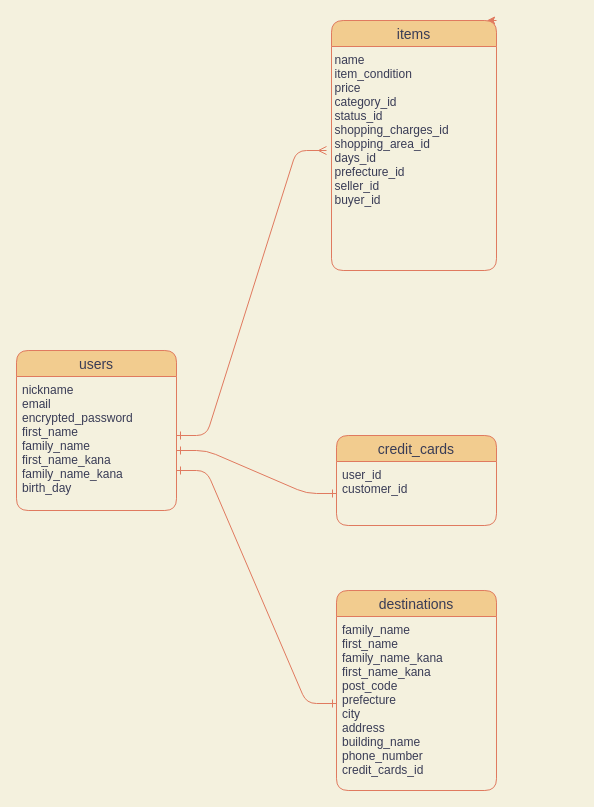
harukou81mmm/furima-36344 keeps this draw.io diagram as test.dio. Above is the earlier version. Source tidied: cells renumbered, new cells numbered last; positions are measured from the earlier drawing's top-left corner, leaving out a move shared by most shapes. Both pictures are drawn from the tidied source at 100%, with x=0, y=0 at pixel (16, 20).
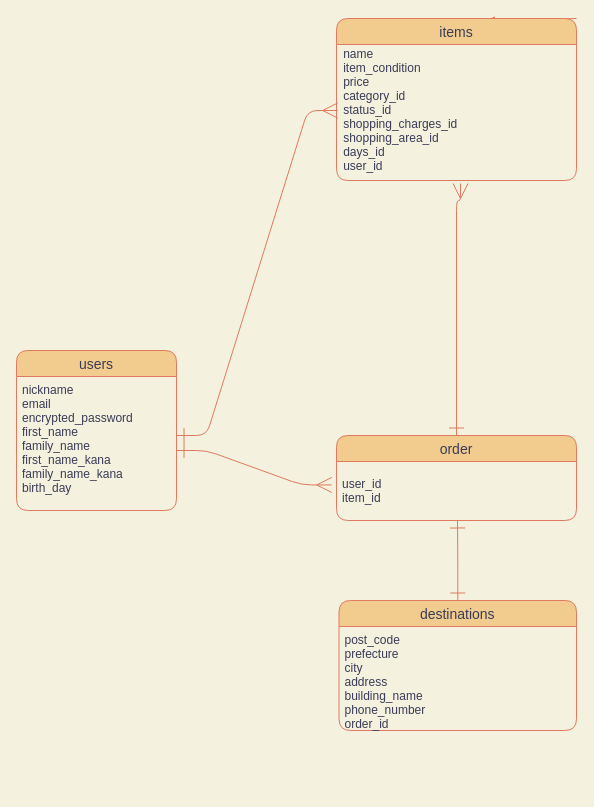
The same diagram, later.

Commit message (it also covers changes not shown here):
アソシエーション修正

What changed in the source:
```diff
@@
     <mxCell id="5" value="items" style="swimlane;fontStyle=0;horizontal=1;startSize=26;align=center;fontSize=14;rounded=1;fillColor=#F2CC8F;strokeColor=#E07A5F;fontColor=#393C56;" parent="1" vertex="1">
-      <mxGeometry x="315" width="165" height="250" as="geometry" />
+      <mxGeometry x="320" y="-2" width="240" height="162" as="geometry" />
     </mxCell>
+    <mxCell id="16" style="edgeStyle=orthogonalEdgeStyle;curved=0;rounded=1;sketch=0;jettySize=auto;html=1;fontColor=#393C56;startArrow=ERone;startFill=0;endArrow=ERmany;endFill=0;strokeColor=#E07A5F;fillColor=#F2CC8F;targetPerimeterSpacing=0;strokeWidth=1;startSize=13;endSize=13;" parent="1" edge="1" source="6">
+      <mxGeometry relative="1" as="geometry">
+        <mxPoint x="444" y="163" as="targetPoint" />
+        <Array as="points">
+          <mxPoint x="440" y="180" />
+          <mxPoint x="444" y="180" />
+        </Array>
+      </mxGeometry>
+    </mxCell>
-    <mxCell id="6" value="credit_cards" style="swimlane;fontStyle=0;horizontal=1;startSize=26;align=center;fontSize=14;rounded=1;fillColor=#F2CC8F;strokeColor=#E07A5F;fontColor=#393C56;" parent="1" vertex="1">
-      <mxGeometry x="320" y="415" width="160" height="90" as="geometry" />
+    <mxCell id="6" value="order" style="swimlane;fontStyle=0;horizontal=1;startSize=26;align=center;fontSize=14;rounded=1;fillColor=#F2CC8F;strokeColor=#E07A5F;fontColor=#393C56;" parent="1" vertex="1">
+      <mxGeometry x="320" y="415" width="240" height="85" as="geometry" />
     </mxCell>
-    <mxCell id="7" value="user_id&#10;customer_id" style="text;strokeColor=none;fillColor=none;spacingLeft=4;spacingRight=4;overflow=hidden;points=[[0,0.5],[1,0.5]];portConstraint=eastwest;fontSize=12;rounded=1;fontColor=#393C56;" parent="6" vertex="1">
-      <mxGeometry y="26" width="160" height="64" as="geometry" />
-    </mxCell>
+    <mxCell id="17" style="edgeStyle=orthogonalEdgeStyle;curved=0;rounded=1;sketch=0;jettySize=auto;html=1;fontColor=#393C56;startArrow=ERone;startFill=0;endArrow=ERone;endFill=0;startSize=13;endSize=13;targetPerimeterSpacing=0;strokeColor=#E07A5F;strokeWidth=1;fillColor=#F2CC8F;" parent="1" edge="1" source="8">
+      <mxGeometry relative="1" as="geometry">
+        <mxPoint x="441" y="500" as="targetPoint" />
+      </mxGeometry>
+    </mxCell>
     <mxCell id="8" value="destinations" style="swimlane;fontStyle=0;horizontal=1;startSize=26;align=center;fontSize=14;rounded=1;fillColor=#F2CC8F;strokeColor=#E07A5F;fontColor=#393C56;" parent="1" vertex="1">
-      <mxGeometry x="320" y="570" width="160" height="200" as="geometry" />
+      <mxGeometry x="322.5" y="580" width="237.5" height="130" as="geometry" />
     </mxCell>
-    <mxCell id="9" value="family_name&#10;first_name&#10;family_name_kana&#10;first_name_kana&#10;post_code&#10;prefecture&#10;city&#10;address&#10;building_name&#10;phone_number&#10;credit_cards_id&#10;&#10;&#10;&#10;&#10;&#10;" style="text;strokeColor=none;fillColor=none;spacingLeft=4;spacingRight=4;overflow=hidden;points=[[0,0.5],[1,0.5]];portConstraint=eastwest;fontSize=12;rounded=1;fontColor=#393C56;" parent="8" vertex="1">
-      <mxGeometry y="26" width="160" height="174" as="geometry" />
+    <mxCell id="9" value="post_code&#10;prefecture&#10;city&#10;address&#10;building_name&#10;phone_number&#10;order_id&#10;&#10;&#10;&#10;&#10;&#10;" style="text;strokeColor=none;fillColor=none;spacingLeft=4;spacingRight=4;overflow=hidden;points=[[0,0.5],[1,0.5]];portConstraint=eastwest;fontSize=12;rounded=1;fontColor=#393C56;" parent="8" vertex="1">
+      <mxGeometry y="26" width="237.5" height="104" as="geometry" />
     </mxCell>
@@
-    <mxCell id="12" style="edgeStyle=entityRelationEdgeStyle;fontSize=12;html=1;endArrow=ERone;startArrow=ERone;entryX=0;entryY=0.5;entryDx=0;entryDy=0;startFill=0;endFill=0;strokeColor=#E07A5F;fontColor=#393C56;labelBackgroundColor=#F4F1DE;" parent="1" edge="1" target="9">
-      <mxGeometry relative="1" as="geometry">
-        <mxPoint x="160" y="450" as="sourcePoint" />
-      </mxGeometry>
-    </mxCell>
-    <mxCell id="13" style="edgeStyle=entityRelationEdgeStyle;fontSize=12;html=1;endArrow=ERone;startArrow=ERone;entryX=0;entryY=0.5;entryDx=0;entryDy=0;startFill=0;endFill=0;strokeColor=#E07A5F;fontColor=#393C56;labelBackgroundColor=#F4F1DE;" parent="1" edge="1" target="7">
+    <mxCell id="13" style="edgeStyle=entityRelationEdgeStyle;fontSize=12;html=1;endArrow=ERmany;startArrow=ERone;startFill=0;endFill=0;strokeColor=#E07A5F;fontColor=#393C56;labelBackgroundColor=#F4F1DE;entryX=-0.02;entryY=0.289;entryDx=0;entryDy=0;entryPerimeter=0;endSize=13;startSize=13;" parent="1" edge="1" target="7">
       <mxGeometry relative="1" as="geometry">
         <mxPoint x="160" y="430" as="sourcePoint" />
       </mxGeometry>
     </mxCell>
-    <mxCell id="14" style="edgeStyle=entityRelationEdgeStyle;fontSize=12;html=1;endArrow=ERmany;startArrow=ERone;startFill=0;endFill=0;strokeColor=#E07A5F;fontColor=#393C56;labelBackgroundColor=#F4F1DE;" parent="1" edge="1">
+    <mxCell id="14" style="edgeStyle=entityRelationEdgeStyle;fontSize=12;html=1;endArrow=ERmany;startArrow=ERone;startFill=0;endFill=0;strokeColor=#E07A5F;fontColor=#393C56;labelBackgroundColor=#F4F1DE;entryX=0;entryY=0.5;entryDx=0;entryDy=0;endSize=13;startSize=13;" parent="1" edge="1" target="15">
       <mxGeometry relative="1" as="geometry">
         <mxPoint x="160" y="415" as="sourcePoint" />
-        <mxPoint x="310" y="130" as="targetPoint" />
       </mxGeometry>
     </mxCell>
-    <mxCell id="15" value="name&#10;item_condition&#10;price&#10;category_id&#10;status_id&#10;shopping_charges_id&#10;shopping_area_id&#10;days_id&#10;prefecture_id&#10;seller_id&#10;buyer_id" style="text;strokeColor=none;fillColor=none;spacingLeft=4;spacingRight=4;overflow=hidden;points=[[0,0.5],[1,0.5]];portConstraint=eastwest;fontSize=12;rounded=1;fontColor=#393C56;" parent="1" vertex="1">
-      <mxGeometry x="312.5" y="26" width="170" height="194" as="geometry" />
+    <mxCell id="15" value="name&#10;item_condition&#10;price&#10;category_id&#10;status_id&#10;shopping_charges_id&#10;shopping_area_id&#10;days_id&#10;user_id&#10;" style="text;strokeColor=none;fillColor=none;spacingLeft=4;spacingRight=4;overflow=hidden;points=[[0,0.5],[1,0.5]];portConstraint=eastwest;fontSize=12;rounded=1;fontColor=#393C56;" parent="1" vertex="1">
+      <mxGeometry x="321.2" y="20" width="240" height="140" as="geometry" />
     </mxCell>
+    <mxCell id="7" value="user_id&#10;item_id" style="text;strokeColor=none;fillColor=none;spacingLeft=4;spacingRight=4;overflow=hidden;points=[[0,0.5],[1,0.5]];portConstraint=eastwest;fontSize=12;rounded=1;fontColor=#393C56;" parent="1" vertex="1">
+      <mxGeometry x="320" y="450" width="240" height="50" as="geometry" />
+    </mxCell>
```
